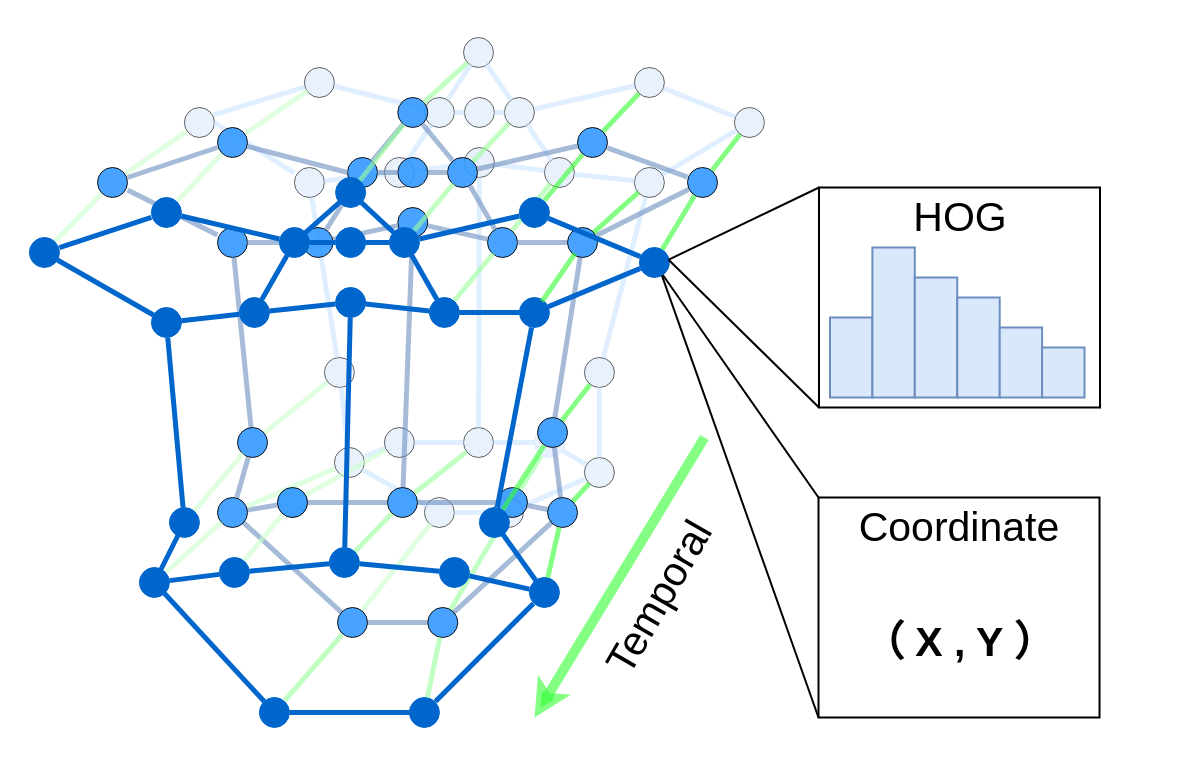
1009351456/Anonymous keeps this draw.io diagram as page "Page-3" (2 of 8) of FG_example.drawio. Above is the earlier version. Source tidied: cells renumbered, new cells numbered last; positions are measured from the earlier drawing's top-left corner, leaving out a move shared by most shapes. Both pictures are drawn from the tidied source at 100%, with x=0, y=0 at pixel (17, 17).
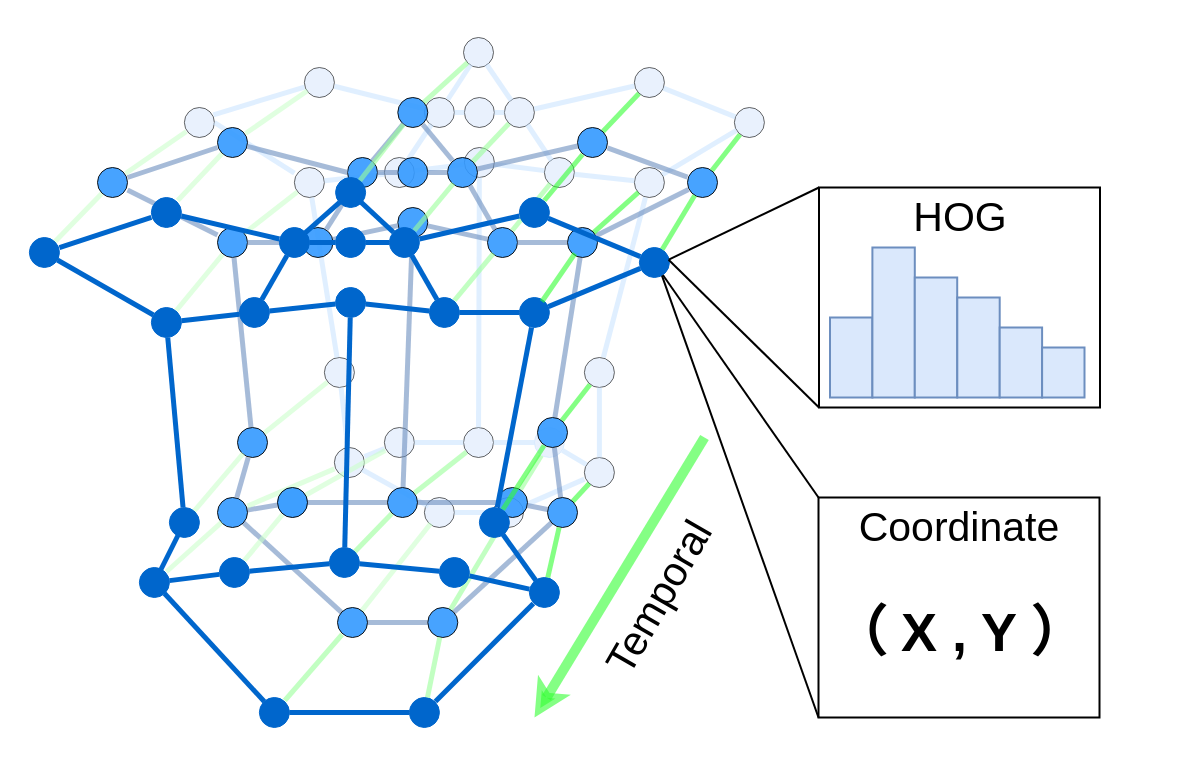
The same diagram, later.

Unchanged cells that the change refers to:
```xml
<mxCell id="12" style="shape=ellipse;fillColor=#dae8fc;strokeColor=#000000;html=1;opacity=60;" parent="1" vertex="1">
  <mxGeometry x="276.9" y="150" width="30" height="30" as="geometry" />
</mxCell>
<mxCell id="56" style="shape=ellipse;fillColor=#3399FF;strokeColor=#000000;html=1;opacity=90;" parent="1" vertex="1">
  <mxGeometry x="200" y="210" width="30" height="30" as="geometry" />
</mxCell>
<mxCell id="122" style="shape=ellipse;fillColor=#0066CC;strokeColor=#0066CC;html=1;" parent="1" vertex="1">
  <mxGeometry x="133.9" y="290" width="30" height="30" as="geometry" />
</mxCell>
<mxCell id="124" style="shape=ellipse;fillColor=#0066CC;strokeColor=#0066CC;html=1;" parent="1" vertex="1">
  <mxGeometry x="133.9" y="180" width="30" height="30" as="geometry" />
</mxCell>
<mxCell id="125" style="shape=ellipse;fillColor=#0066CC;strokeColor=#0066CC;html=1;direction=south;" parent="1" vertex="1">
  <mxGeometry x="261.9" y="210" width="30" height="30" as="geometry" />
</mxCell>
```

What changed in the source:
```diff
@@
-    <mxCell id="144" style="endArrow=none;html=1;fontSize=56;strokeWidth=5;fillColor=#dae8fc;strokeColor=#0066CC;" parent="1" edge="1" source="124" target="125">
-      <mxGeometry relative="1" as="geometry" />
-    </mxCell>
@@
-    <mxCell id="199" value="（ X , Y ）" style="text;html=1;strokeColor=none;fillColor=none;align=center;verticalAlign=middle;whiteSpace=wrap;rounded=0;fontSize=41;fontFamily=Helvetica;fontStyle=1;" parent="1" vertex="1">
-      <mxGeometry x="841.6" y="570" width="199.8" height="110" as="geometry" />
+    <mxCell id="199" value="（ X , Y ）" style="text;html=1;strokeColor=none;fillColor=none;align=center;verticalAlign=middle;whiteSpace=wrap;rounded=0;fontSize=54;fontFamily=Helvetica;fontStyle=1;" parent="1" vertex="1">
+      <mxGeometry x="809.9" y="560" width="263.2" height="110" as="geometry" />
     </mxCell>
@@
+    <mxCell id="204" style="endArrow=none;html=1;strokeColor=#CCFFCC;strokeWidth=5;fontSize=56;fillColor=#d5e8d4;opacity=60;sourcePerimeterSpacing=-3;targetPerimeterSpacing=-3;" parent="1" edge="1" source="122" target="56">
+      <mxGeometry relative="1" as="geometry" />
+    </mxCell>
+    <mxCell id="205" style="endArrow=none;html=1;strokeColor=#CCFFCC;strokeWidth=5;fontSize=56;fillColor=#d5e8d4;opacity=60;sourcePerimeterSpacing=-3;targetPerimeterSpacing=-3;" parent="1" edge="1" source="56" target="12">
+      <mxGeometry relative="1" as="geometry" />
+    </mxCell>
+    <mxCell id="144" style="endArrow=none;html=1;fontSize=56;strokeWidth=5;fillColor=#dae8fc;strokeColor=#0066CC;" parent="1" edge="1" source="124" target="125">
+      <mxGeometry relative="1" as="geometry" />
+    </mxCell>
```
